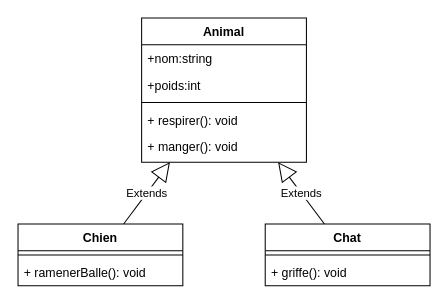
Before: POO/Fondements/Exemples/05-AbstractClass/diagrammeAnimaux.drawio in choquitofrito/ExercicesInitiationWAD20, a draw.io diagram. Source tidied: cells renumbered, new cells numbered last; positions are measured from the earlier drawing's top-left corner, leaving out a move shared by most shapes. Both pictures are drawn from the tidied source at 103%, with x=0, y=0 at pixel (18, 18).
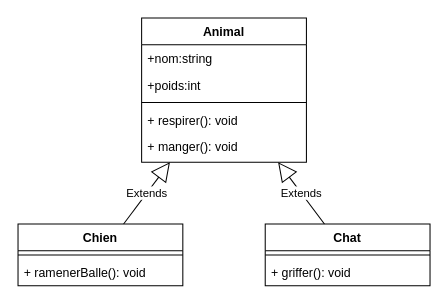
The same page after the edit.

Change to the diagram source:
```diff
@@
 <mxGraphModel>
   <root>
     <mxCell id="0" />
     <mxCell id="1" parent="0" />
     <mxCell id="2" value="Animal" style="swimlane;fontStyle=1;align=center;verticalAlign=top;horizontal=1;startSize=26;" parent="1" vertex="1">
       <mxGeometry x="120" width="160" height="140" as="geometry" />
     </mxCell>
     <mxCell id="3" value="+nom:string&#10;" style="text;strokeColor=none;fillColor=none;align=left;verticalAlign=top;spacingLeft=4;spacingRight=4;overflow=hidden;" parent="2" vertex="1">
       <mxGeometry y="26" width="160" height="26" as="geometry" />
     </mxCell>
     <mxCell id="4" value="+poids:int" style="text;strokeColor=none;fillColor=none;align=left;verticalAlign=top;spacingLeft=4;spacingRight=4;overflow=hidden;" parent="2" vertex="1">
       <mxGeometry y="52" width="160" height="26" as="geometry" />
     </mxCell>
     <mxCell id="5" style="line;strokeWidth=1;fillColor=none;align=left;verticalAlign=middle;spacingTop=-1;spacingLeft=3;spacingRight=3;labelPosition=right;" parent="2" vertex="1">
       <mxGeometry y="78" width="160" height="8" as="geometry" />
     </mxCell>
     <mxCell id="6" value="+ respirer(): void" style="text;strokeColor=none;fillColor=none;align=left;verticalAlign=top;spacingLeft=4;spacingRight=4;overflow=hidden;" parent="2" vertex="1">
       <mxGeometry y="86" width="160" height="26" as="geometry" />
     </mxCell>
     <mxCell id="7" value="+ manger(): void" style="text;strokeColor=none;fillColor=none;align=left;verticalAlign=top;spacingLeft=4;spacingRight=4;overflow=hidden;" parent="2" vertex="1">
       <mxGeometry y="112" width="160" height="28" as="geometry" />
     </mxCell>
     <mxCell id="8" value="Chien" style="swimlane;fontStyle=1;align=center;verticalAlign=top;horizontal=1;startSize=26;" parent="1" vertex="1">
       <mxGeometry y="200" width="160" height="60" as="geometry" />
     </mxCell>
     <mxCell id="9" style="line;strokeWidth=1;fillColor=none;align=left;verticalAlign=middle;spacingTop=-1;spacingLeft=3;spacingRight=3;labelPosition=right;" parent="8" vertex="1">
       <mxGeometry y="26" width="160" height="8" as="geometry" />
     </mxCell>
     <mxCell id="10" value="+ ramenerBalle(): void" style="text;strokeColor=none;fillColor=none;align=left;verticalAlign=top;spacingLeft=4;spacingRight=4;overflow=hidden;" parent="8" vertex="1">
       <mxGeometry y="34" width="160" height="26" as="geometry" />
     </mxCell>
     <mxCell id="11" value="Chat" style="swimlane;fontStyle=1;align=center;verticalAlign=top;horizontal=1;startSize=26;" parent="1" vertex="1">
       <mxGeometry x="240" y="200" width="160" height="60" as="geometry" />
     </mxCell>
     <mxCell id="12" style="line;strokeWidth=1;fillColor=none;align=left;verticalAlign=middle;spacingTop=-1;spacingLeft=3;spacingRight=3;labelPosition=right;" parent="11" vertex="1">
       <mxGeometry y="26" width="160" height="8" as="geometry" />
     </mxCell>
-    <mxCell id="13" value="+ griffe(): void" style="text;strokeColor=none;fillColor=none;align=left;verticalAlign=top;spacingLeft=4;spacingRight=4;overflow=hidden;" parent="11" vertex="1">
+    <mxCell id="13" value="+ griffer(): void" style="text;strokeColor=none;fillColor=none;align=left;verticalAlign=top;spacingLeft=4;spacingRight=4;overflow=hidden;" parent="11" vertex="1">
       <mxGeometry y="34" width="160" height="26" as="geometry" />
     </mxCell>
     <mxCell id="14" value="Extends" style="endArrow=block;endSize=16;endFill=0;html=1;" parent="1" edge="1" source="8" target="2">
       <mxGeometry relative="1" as="geometry" />
     </mxCell>
     <mxCell id="15" value="Extends" style="endArrow=block;endSize=16;endFill=0;html=1;" parent="1" edge="1" source="11" target="2">
       <mxGeometry relative="1" as="geometry" />
     </mxCell>
   </root>
 </mxGraphModel>
```
